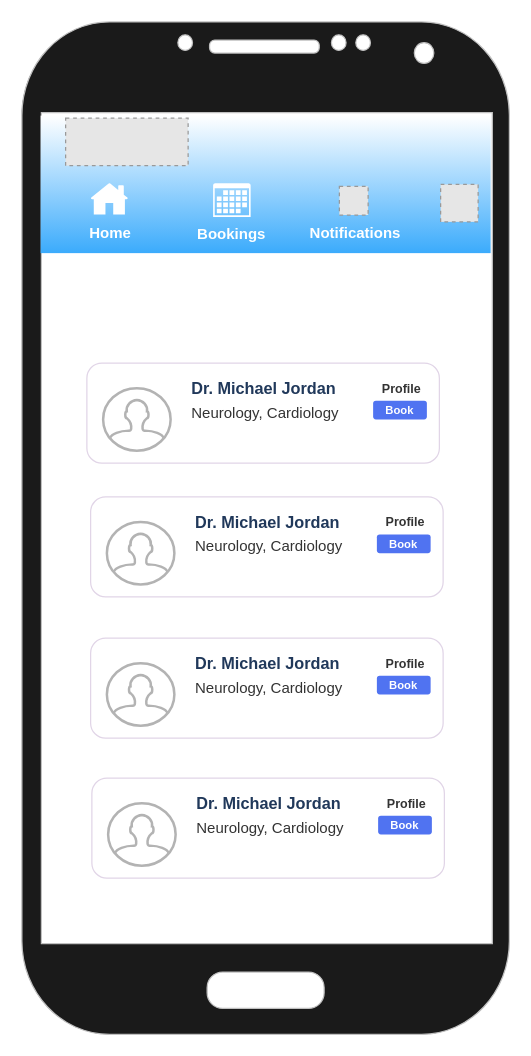
Above: page "PractitionerList" (5 of 10) of Igaku Mobile.drawio in rvvergara/haiku-android (draw.io), before the change. Source tidied: cells renumbered, new cells numbered last; positions are measured from the earlier drawing's top-left corner, leaving out a move shared by most shapes. Both pictures are drawn from the tidied source at 125%, with x=0, y=0 at pixel (21, 21). Pictures stored in the file or linked from it are replaced by grey dashed boxes.
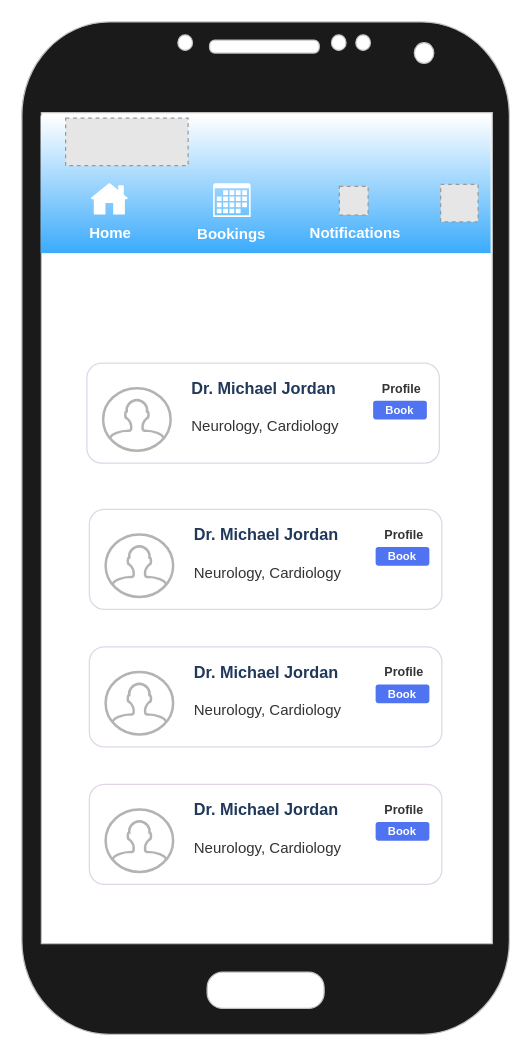
After the change.

Unchanged cells that the change refers to:
```xml
<mxCell id="2" style="group;shadow=0;strokeColor=none;" parent="1" vertex="1">
  <mxGeometry width="390" height="810" as="geometry" />
</mxCell>
<mxCell id="18" style="group;" parent="2" vertex="1">
  <mxGeometry x="52" y="273" width="282" height="80" as="geometry" />
</mxCell>
```

What changed in the source:
```diff
@@
     <mxCell id="22" value="Neurology, Cardiology" style="text;html=1;strokeColor=none;fillColor=none;align=left;verticalAlign=middle;whiteSpace=wrap;rounded=0;shadow=0;fontSize=12;fontColor=#333333;" parent="18" vertex="1">
-      <mxGeometry x="82" y="30" width="136" height="20" as="geometry" />
+      <mxGeometry x="82" y="41" width="136" height="20" as="geometry" />
     </mxCell>
@@
-    <mxCell id="25" style="group;" parent="2" vertex="1">
-      <mxGeometry x="55" y="380" width="282" height="80" as="geometry" />
-    </mxCell>
-    <mxCell id="26" style="rounded=1;whiteSpace=wrap;html=1;strokeColor=#E1D5E7;shadow=0;" parent="25" vertex="1">
-      <mxGeometry width="282" height="80" as="geometry" />
-    </mxCell>
-    <mxCell id="27" style="html=1;verticalLabelPosition=bottom;align=center;labelBackgroundColor=#ffffff;verticalAlign=top;strokeWidth=2;strokeColor=#B3B3B3;fillColor=#ffffff;shadow=0;dashed=0;shape=mxgraph.ios7.icons.user;fontFamily=Helvetica;fontSize=12;fontColor=#000000;" parent="25" vertex="1">
-      <mxGeometry x="13" y="20" width="54" height="50" as="geometry" />
-    </mxCell>
-    <mxCell id="28" value="Dr. Michael Jordan" style="text;html=1;strokeColor=none;fillColor=none;align=left;verticalAlign=middle;whiteSpace=wrap;rounded=0;shadow=0;fontStyle=1;fontSize=13;fontColor=#20385A;" parent="25" vertex="1">
-      <mxGeometry x="82" y="10" width="137" height="20" as="geometry" />
-    </mxCell>
-    <mxCell id="29" value="Neurology, Cardiology" style="text;html=1;strokeColor=none;fillColor=none;align=left;verticalAlign=middle;whiteSpace=wrap;rounded=0;shadow=0;fontSize=12;fontColor=#333333;" parent="25" vertex="1">
-      <mxGeometry x="82" y="30" width="136" height="20" as="geometry" />
-    </mxCell>
-    <mxCell id="30" value="Profile" style="text;html=1;strokeColor=none;fillColor=none;align=center;verticalAlign=middle;whiteSpace=wrap;rounded=0;shadow=0;fontSize=10;fontColor=#333333;fontStyle=1;" parent="25" vertex="1">
-      <mxGeometry x="232" y="10" width="40" height="20" as="geometry" />
-    </mxCell>
-    <mxCell id="31" value="Book" style="rounded=1;whiteSpace=wrap;html=1;shadow=0;strokeColor=none;fontSize=9;fontColor=#FFFFFF;align=center;fontStyle=1;fillColor=#5073F1;" parent="25" vertex="1">
-      <mxGeometry x="229" y="30" width="43" height="15" as="geometry" />
-    </mxCell>
-    <mxCell id="32" style="group;" parent="2" vertex="1">
-      <mxGeometry x="55" y="493" width="282" height="80" as="geometry" />
-    </mxCell>
-    <mxCell id="33" style="rounded=1;whiteSpace=wrap;html=1;strokeColor=#E1D5E7;shadow=0;" parent="32" vertex="1">
-      <mxGeometry width="282" height="80" as="geometry" />
-    </mxCell>
-    <mxCell id="34" style="html=1;verticalLabelPosition=bottom;align=center;labelBackgroundColor=#ffffff;verticalAlign=top;strokeWidth=2;strokeColor=#B3B3B3;fillColor=#ffffff;shadow=0;dashed=0;shape=mxgraph.ios7.icons.user;fontFamily=Helvetica;fontSize=12;fontColor=#000000;" parent="32" vertex="1">
-      <mxGeometry x="13" y="20" width="54" height="50" as="geometry" />
-    </mxCell>
-    <mxCell id="35" value="Dr. Michael Jordan" style="text;html=1;strokeColor=none;fillColor=none;align=left;verticalAlign=middle;whiteSpace=wrap;rounded=0;shadow=0;fontStyle=1;fontSize=13;fontColor=#20385A;" parent="32" vertex="1">
-      <mxGeometry x="82" y="10" width="137" height="20" as="geometry" />
-    </mxCell>
-    <mxCell id="36" value="Neurology, Cardiology" style="text;html=1;strokeColor=none;fillColor=none;align=left;verticalAlign=middle;whiteSpace=wrap;rounded=0;shadow=0;fontSize=12;fontColor=#333333;" parent="32" vertex="1">
-      <mxGeometry x="82" y="30" width="136" height="20" as="geometry" />
-    </mxCell>
-    <mxCell id="37" value="Profile" style="text;html=1;strokeColor=none;fillColor=none;align=center;verticalAlign=middle;whiteSpace=wrap;rounded=0;shadow=0;fontSize=10;fontColor=#333333;fontStyle=1;" parent="32" vertex="1">
-      <mxGeometry x="232" y="10" width="40" height="20" as="geometry" />
-    </mxCell>
-    <mxCell id="38" value="Book" style="rounded=1;whiteSpace=wrap;html=1;shadow=0;strokeColor=none;fontSize=9;fontColor=#FFFFFF;align=center;fontStyle=1;fillColor=#5073F1;" parent="32" vertex="1">
-      <mxGeometry x="229" y="30" width="43" height="15" as="geometry" />
-    </mxCell>
-    <mxCell id="39" style="group;" parent="2" vertex="1">
-      <mxGeometry x="56" y="605" width="282" height="80" as="geometry" />
-    </mxCell>
-    <mxCell id="40" style="rounded=1;whiteSpace=wrap;html=1;strokeColor=#E1D5E7;shadow=0;" parent="39" vertex="1">
-      <mxGeometry width="282" height="80" as="geometry" />
-    </mxCell>
-    <mxCell id="41" style="html=1;verticalLabelPosition=bottom;align=center;labelBackgroundColor=#ffffff;verticalAlign=top;strokeWidth=2;strokeColor=#B3B3B3;fillColor=#ffffff;shadow=0;dashed=0;shape=mxgraph.ios7.icons.user;fontFamily=Helvetica;fontSize=12;fontColor=#000000;" parent="39" vertex="1">
-      <mxGeometry x="13" y="20" width="54" height="50" as="geometry" />
-    </mxCell>
-    <mxCell id="42" value="Dr. Michael Jordan" style="text;html=1;strokeColor=none;fillColor=none;align=left;verticalAlign=middle;whiteSpace=wrap;rounded=0;shadow=0;fontStyle=1;fontSize=13;fontColor=#20385A;" parent="39" vertex="1">
-      <mxGeometry x="82" y="10" width="137" height="20" as="geometry" />
-    </mxCell>
-    <mxCell id="43" value="Neurology, Cardiology" style="text;html=1;strokeColor=none;fillColor=none;align=left;verticalAlign=middle;whiteSpace=wrap;rounded=0;shadow=0;fontSize=12;fontColor=#333333;" parent="39" vertex="1">
-      <mxGeometry x="82" y="30" width="136" height="20" as="geometry" />
-    </mxCell>
-    <mxCell id="44" value="Profile" style="text;html=1;strokeColor=none;fillColor=none;align=center;verticalAlign=middle;whiteSpace=wrap;rounded=0;shadow=0;fontSize=10;fontColor=#333333;fontStyle=1;" parent="39" vertex="1">
-      <mxGeometry x="232" y="10" width="40" height="20" as="geometry" />
-    </mxCell>
-    <mxCell id="45" value="Book" style="rounded=1;whiteSpace=wrap;html=1;shadow=0;strokeColor=none;fontSize=9;fontColor=#FFFFFF;align=center;fontStyle=1;fillColor=#5073F1;" parent="39" vertex="1">
-      <mxGeometry x="229" y="30" width="43" height="15" as="geometry" />
-    </mxCell>
+    <mxCell id="46" style="group;" parent="2" vertex="1">
+      <mxGeometry x="54" y="390" width="282" height="80" as="geometry" />
+    </mxCell>
+    <mxCell id="47" style="rounded=1;whiteSpace=wrap;html=1;strokeColor=#E1D5E7;shadow=0;" parent="46" vertex="1">
+      <mxGeometry width="282" height="80" as="geometry" />
+    </mxCell>
+    <mxCell id="48" style="html=1;verticalLabelPosition=bottom;align=center;labelBackgroundColor=#ffffff;verticalAlign=top;strokeWidth=2;strokeColor=#B3B3B3;fillColor=#ffffff;shadow=0;dashed=0;shape=mxgraph.ios7.icons.user;fontFamily=Helvetica;fontSize=12;fontColor=#000000;" parent="46" vertex="1">
+      <mxGeometry x="13" y="20" width="54" height="50" as="geometry" />
+    </mxCell>
+    <mxCell id="49" value="Dr. Michael Jordan" style="text;html=1;strokeColor=none;fillColor=none;align=left;verticalAlign=middle;whiteSpace=wrap;rounded=0;shadow=0;fontStyle=1;fontSize=13;fontColor=#20385A;" parent="46" vertex="1">
+      <mxGeometry x="82" y="10" width="137" height="20" as="geometry" />
+    </mxCell>
+    <mxCell id="50" value="Neurology, Cardiology" style="text;html=1;strokeColor=none;fillColor=none;align=left;verticalAlign=middle;whiteSpace=wrap;rounded=0;shadow=0;fontSize=12;fontColor=#333333;" parent="46" vertex="1">
+      <mxGeometry x="82" y="41" width="136" height="20" as="geometry" />
+    </mxCell>
+    <mxCell id="51" value="Profile" style="text;html=1;strokeColor=none;fillColor=none;align=center;verticalAlign=middle;whiteSpace=wrap;rounded=0;shadow=0;fontSize=10;fontColor=#333333;fontStyle=1;" parent="46" vertex="1">
+      <mxGeometry x="232" y="10" width="40" height="20" as="geometry" />
+    </mxCell>
+    <mxCell id="52" value="Book" style="rounded=1;whiteSpace=wrap;html=1;shadow=0;strokeColor=none;fontSize=9;fontColor=#FFFFFF;align=center;fontStyle=1;fillColor=#5073F1;" parent="46" vertex="1">
+      <mxGeometry x="229" y="30" width="43" height="15" as="geometry" />
+    </mxCell>
+    <mxCell id="53" style="group;" parent="2" vertex="1">
+      <mxGeometry x="54" y="500" width="282" height="80" as="geometry" />
+    </mxCell>
+    <mxCell id="54" style="rounded=1;whiteSpace=wrap;html=1;strokeColor=#E1D5E7;shadow=0;" parent="53" vertex="1">
+      <mxGeometry width="282" height="80" as="geometry" />
+    </mxCell>
+    <mxCell id="55" style="html=1;verticalLabelPosition=bottom;align=center;labelBackgroundColor=#ffffff;verticalAlign=top;strokeWidth=2;strokeColor=#B3B3B3;fillColor=#ffffff;shadow=0;dashed=0;shape=mxgraph.ios7.icons.user;fontFamily=Helvetica;fontSize=12;fontColor=#000000;" parent="53" vertex="1">
+      <mxGeometry x="13" y="20" width="54" height="50" as="geometry" />
+    </mxCell>
+    <mxCell id="56" value="Dr. Michael Jordan" style="text;html=1;strokeColor=none;fillColor=none;align=left;verticalAlign=middle;whiteSpace=wrap;rounded=0;shadow=0;fontStyle=1;fontSize=13;fontColor=#20385A;" parent="53" vertex="1">
+      <mxGeometry x="82" y="10" width="137" height="20" as="geometry" />
+    </mxCell>
+    <mxCell id="57" value="Neurology, Cardiology" style="text;html=1;strokeColor=none;fillColor=none;align=left;verticalAlign=middle;whiteSpace=wrap;rounded=0;shadow=0;fontSize=12;fontColor=#333333;" parent="53" vertex="1">
+      <mxGeometry x="82" y="41" width="136" height="20" as="geometry" />
+    </mxCell>
+    <mxCell id="58" value="Profile" style="text;html=1;strokeColor=none;fillColor=none;align=center;verticalAlign=middle;whiteSpace=wrap;rounded=0;shadow=0;fontSize=10;fontColor=#333333;fontStyle=1;" parent="53" vertex="1">
+      <mxGeometry x="232" y="10" width="40" height="20" as="geometry" />
+    </mxCell>
+    <mxCell id="59" value="Book" style="rounded=1;whiteSpace=wrap;html=1;shadow=0;strokeColor=none;fontSize=9;fontColor=#FFFFFF;align=center;fontStyle=1;fillColor=#5073F1;" parent="53" vertex="1">
+      <mxGeometry x="229" y="30" width="43" height="15" as="geometry" />
+    </mxCell>
+    <mxCell id="60" style="group;" parent="2" vertex="1">
+      <mxGeometry x="54" y="610" width="282" height="80" as="geometry" />
+    </mxCell>
+    <mxCell id="61" style="rounded=1;whiteSpace=wrap;html=1;strokeColor=#E1D5E7;shadow=0;" parent="60" vertex="1">
+      <mxGeometry width="282" height="80" as="geometry" />
+    </mxCell>
+    <mxCell id="62" style="html=1;verticalLabelPosition=bottom;align=center;labelBackgroundColor=#ffffff;verticalAlign=top;strokeWidth=2;strokeColor=#B3B3B3;fillColor=#ffffff;shadow=0;dashed=0;shape=mxgraph.ios7.icons.user;fontFamily=Helvetica;fontSize=12;fontColor=#000000;" parent="60" vertex="1">
+      <mxGeometry x="13" y="20" width="54" height="50" as="geometry" />
+    </mxCell>
+    <mxCell id="63" value="Dr. Michael Jordan" style="text;html=1;strokeColor=none;fillColor=none;align=left;verticalAlign=middle;whiteSpace=wrap;rounded=0;shadow=0;fontStyle=1;fontSize=13;fontColor=#20385A;" parent="60" vertex="1">
+      <mxGeometry x="82" y="10" width="137" height="20" as="geometry" />
+    </mxCell>
+    <mxCell id="64" value="Neurology, Cardiology" style="text;html=1;strokeColor=none;fillColor=none;align=left;verticalAlign=middle;whiteSpace=wrap;rounded=0;shadow=0;fontSize=12;fontColor=#333333;" parent="60" vertex="1">
+      <mxGeometry x="82" y="41" width="136" height="20" as="geometry" />
+    </mxCell>
+    <mxCell id="65" value="Profile" style="text;html=1;strokeColor=none;fillColor=none;align=center;verticalAlign=middle;whiteSpace=wrap;rounded=0;shadow=0;fontSize=10;fontColor=#333333;fontStyle=1;" parent="60" vertex="1">
+      <mxGeometry x="232" y="10" width="40" height="20" as="geometry" />
+    </mxCell>
+    <mxCell id="66" value="Book" style="rounded=1;whiteSpace=wrap;html=1;shadow=0;strokeColor=none;fontSize=9;fontColor=#FFFFFF;align=center;fontStyle=1;fillColor=#5073F1;" parent="60" vertex="1">
+      <mxGeometry x="229" y="30" width="43" height="15" as="geometry" />
+    </mxCell>
```
